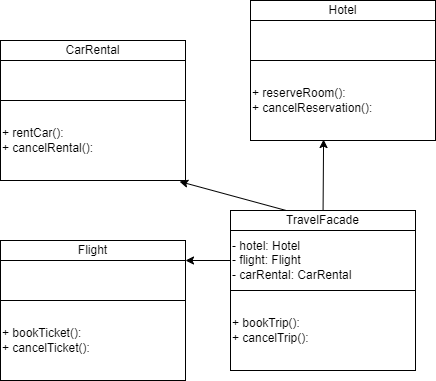
Earlier version of the draw.io export Padrões de Projetos/src/facade/Pattern/UML.drawio.png (Incivius/BERTOTI). Source tidied: cells renumbered, new cells last; positions are measured from the earlier drawing's top-left corner, leaving out a move shared by most shapes. Source of this version:
```xml
<mxGraphModel>
  <root>
    <mxCell id="0" />
    <mxCell id="1" parent="0" />
    <mxCell id="2" value="CarRental" style="rounded=0;whiteSpace=wrap;html=1;" parent="1" vertex="1">
      <mxGeometry y="40" width="185" height="20" as="geometry" />
    </mxCell>
    <mxCell id="3" style="rounded=0;whiteSpace=wrap;html=1;align=left;" parent="1" vertex="1">
      <mxGeometry y="60" width="185" height="40" as="geometry" />
    </mxCell>
    <mxCell id="4" value="+ rentCar():&lt;br&gt;+ cancelRental():" style="rounded=0;whiteSpace=wrap;html=1;align=left;" parent="1" vertex="1">
      <mxGeometry y="100" width="185" height="80" as="geometry" />
    </mxCell>
    <mxCell id="5" value="Flight" style="rounded=0;whiteSpace=wrap;html=1;" parent="1" vertex="1">
      <mxGeometry y="240" width="185" height="20" as="geometry" />
    </mxCell>
    <mxCell id="6" style="rounded=0;whiteSpace=wrap;html=1;align=left;" parent="1" vertex="1">
      <mxGeometry y="260" width="185" height="40" as="geometry" />
    </mxCell>
    <mxCell id="7" value="+ bookTicket():&lt;br&gt;+ cancelTicket():" style="rounded=0;whiteSpace=wrap;html=1;align=left;" parent="1" vertex="1">
      <mxGeometry y="300" width="185" height="80" as="geometry" />
    </mxCell>
    <mxCell id="8" value="Hotel" style="rounded=0;whiteSpace=wrap;html=1;" parent="1" vertex="1">
      <mxGeometry x="250" width="185" height="20" as="geometry" />
    </mxCell>
    <mxCell id="9" style="rounded=0;whiteSpace=wrap;html=1;align=left;" parent="1" vertex="1">
      <mxGeometry x="250" y="20" width="185" height="40" as="geometry" />
    </mxCell>
    <mxCell id="10" value="+ reserveRoom():&lt;br&gt;+ cancelReservation():" style="rounded=0;whiteSpace=wrap;html=1;align=left;" parent="1" vertex="1">
      <mxGeometry x="250" y="60" width="185" height="80" as="geometry" />
    </mxCell>
    <mxCell id="11" style="edgeStyle=none;html=1;entryX=0.968;entryY=1.013;entryDx=0;entryDy=0;entryPerimeter=0;" parent="1" edge="1" source="13" target="4">
      <mxGeometry relative="1" as="geometry" />
    </mxCell>
    <mxCell id="12" style="edgeStyle=none;html=1;entryX=0.395;entryY=0.988;entryDx=0;entryDy=0;entryPerimeter=0;" parent="1" edge="1" source="13" target="10">
      <mxGeometry relative="1" as="geometry" />
    </mxCell>
    <mxCell id="13" value="TravelFacade" style="rounded=0;whiteSpace=wrap;html=1;" parent="1" vertex="1">
      <mxGeometry x="230" y="210" width="185" height="20" as="geometry" />
    </mxCell>
    <mxCell id="14" style="edgeStyle=none;html=1;entryX=1;entryY=1;entryDx=0;entryDy=0;" parent="1" edge="1" source="15" target="5">
      <mxGeometry relative="1" as="geometry" />
    </mxCell>
    <mxCell id="15" value="- hotel: Hotel&lt;br&gt;- flight: Flight&lt;br&gt;- carRental: CarRental" style="rounded=0;whiteSpace=wrap;html=1;align=left;" parent="1" vertex="1">
      <mxGeometry x="230" y="230" width="185" height="60" as="geometry" />
    </mxCell>
    <mxCell id="16" value="+ bookTrip():&lt;br&gt;+ cancelTrip():" style="rounded=0;whiteSpace=wrap;html=1;align=left;" parent="1" vertex="1">
      <mxGeometry x="230" y="290" width="185" height="80" as="geometry" />
    </mxCell>
  </root>
</mxGraphModel>
```
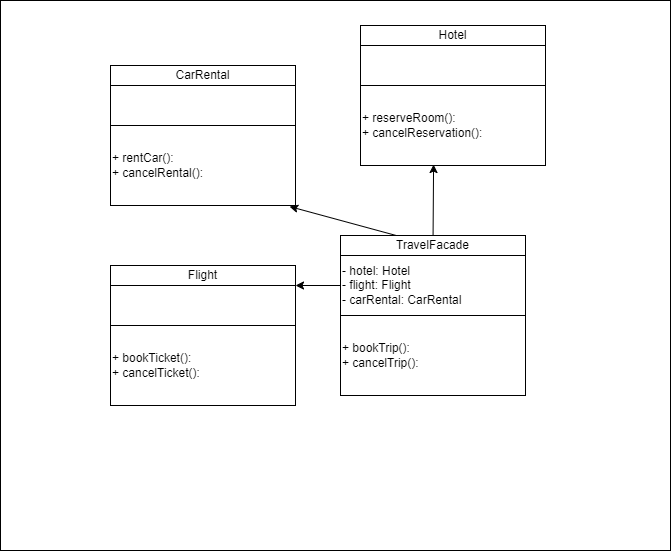
The same diagram one commit later.

The edit, as a diff of the source:
```diff
@@ -2,6 +2,9 @@
   <root>
     <mxCell id="0" />
     <mxCell id="1" parent="0" />
+    <mxCell id="17" style="rounded=0;whiteSpace=wrap;html=1;" parent="1" vertex="1">
+      <mxGeometry x="-110" y="-25" width="670" height="550" as="geometry" />
+    </mxCell>
     <mxCell id="2" value="CarRental" style="rounded=0;whiteSpace=wrap;html=1;" parent="1" vertex="1">
       <mxGeometry y="40" width="185" height="20" as="geometry" />
     </mxCell>
```
